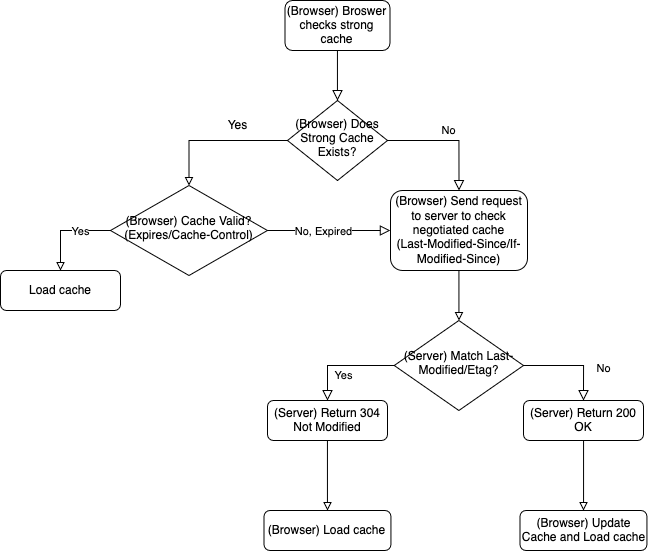
Before: Network/images/cache_steps.png, a diagram exported from draw.io (ruimin-z/interview-camp). Source tidied: cells renumbered, new cells last; positions are measured from the earlier drawing's top-left corner, leaving out a move shared by most shapes.
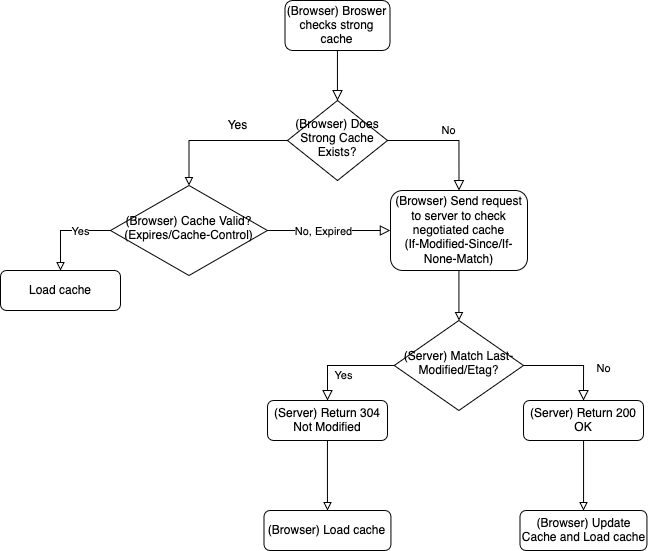
After the commit.

The edit, as a diff of the source:
```diff
@@ -26,7 +26,7 @@
     <mxCell id="9" style="edgeStyle=orthogonalEdgeStyle;rounded=0;jettySize=auto;html=1;entryX=0.5;entryY=0;entryDx=0;entryDy=0;endArrow=block;endFill=0;" parent="1" edge="1" source="10" target="18">
       <mxGeometry relative="1" as="geometry" />
     </mxCell>
-    <mxCell id="10" value="&lt;div&gt;(Browser) Send request to server to check negotiated cache&lt;/div&gt;&lt;div&gt;(Last-Modified-Since/If-Modified-Since)&lt;/div&gt;" style="rounded=1;whiteSpace=wrap;html=1;fontSize=12;glass=0;strokeWidth=1;shadow=0;" parent="1" vertex="1">
+    <mxCell id="10" value="&lt;div&gt;(Browser) Send request to server to check negotiated cache&lt;/div&gt;&lt;div&gt;(If-Modified-Since/If-None-Match)&lt;/div&gt;" style="rounded=1;whiteSpace=wrap;html=1;fontSize=12;glass=0;strokeWidth=1;shadow=0;" parent="1" vertex="1">
       <mxGeometry x="389.9" y="190" width="137" height="80" as="geometry" />
     </mxCell>
     <mxCell id="11" value="Yes" style="text;html=1;align=center;verticalAlign=middle;strokeColor=none;fillColor=none;" parent="1" vertex="1">
```
